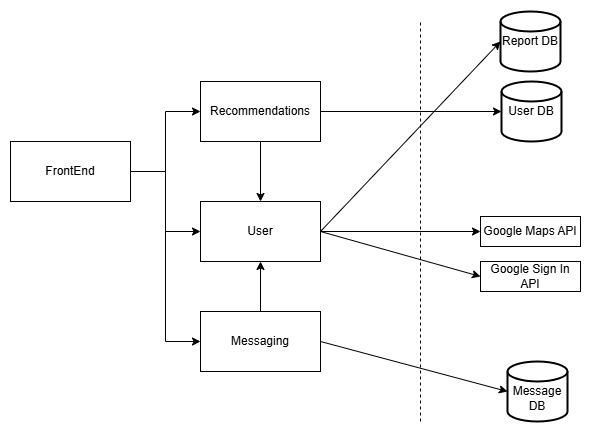
TrailBlazersInc/TrailBlazers keeps this draw.io diagram as documentation/images/Dependency_diagram.png. Above is the earlier version. Source tidied: cells renumbered, new cells last; positions are measured from the earlier drawing's top-left corner, leaving out a move shared by most shapes.
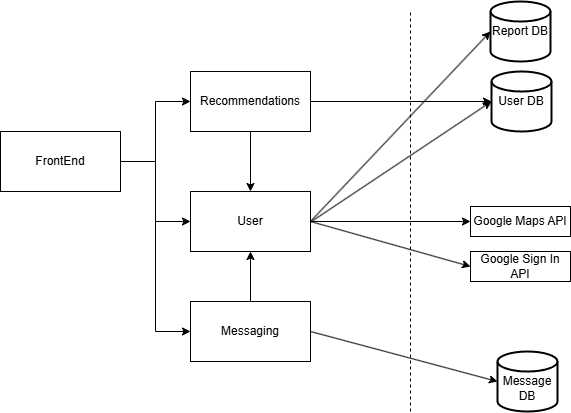
After the commit.

The edit, as a diff of the source:
```diff
@@ -73,5 +73,10 @@
         <mxPoint x="310" y="220" as="sourcePoint" />
       </mxGeometry>
     </mxCell>
+    <mxCell id="22" style="endArrow=classic;html=1;rounded=0;entryX=0;entryY=0.5;entryDx=0;entryDy=0;entryPerimeter=0;" parent="1" edge="1" target="7">
+      <mxGeometry relative="1" as="geometry">
+        <mxPoint x="311" y="220" as="sourcePoint" />
+      </mxGeometry>
+    </mxCell>
   </root>
 </mxGraphModel>
```
